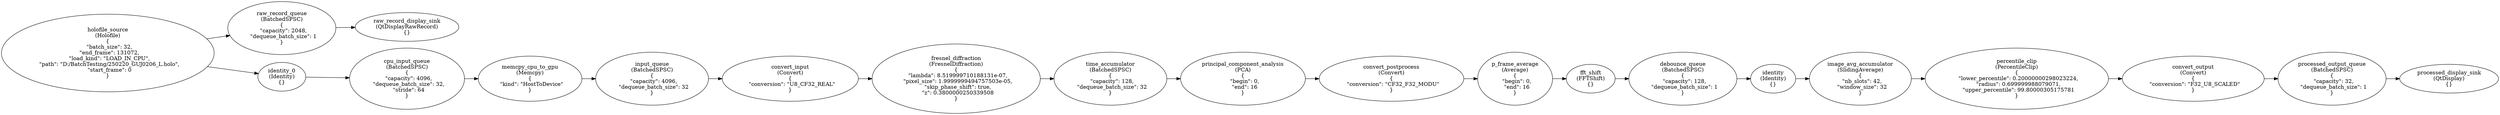
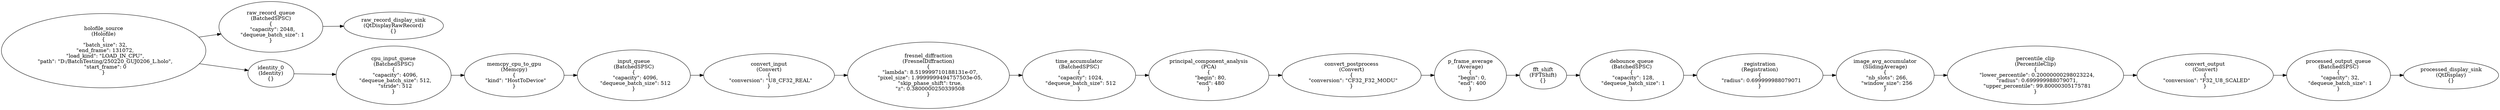
digraph G {
rankdir=LR;
0[label="holofile_source\n(Holofile)\n{
  \"batch_size\": 32,
  \"end_frame\": 131072,
  \"load_kind\": \"LOAD_IN_CPU\",
  \"path\": \"D:/BatchTesting/250220_GUJ0206_L.holo\",
  \"start_frame\": 0
}"];
1[label="raw_record_queue\n(BatchedSPSC)\n{
  \"capacity\": 2048,
  \"dequeue_batch_size\": 1
}"];
2[label="raw_record_display_sink\n(QtDisplayRawRecord)\n{}"];
3[label="identity_0\n(Identity)\n{}"];
4[label="cpu_input_queue\n(BatchedSPSC)\n{
  \"capacity\": 4096,
-   \"dequeue_batch_size\": 32,
-   \"stride\": 64
+   \"dequeue_batch_size\": 512,
+   \"stride\": 512
}"];
5[label="memcpy_cpu_to_gpu\n(Memcpy)\n{
  \"kind\": \"HostToDevice\"
}"];
6[label="input_queue\n(BatchedSPSC)\n{
  \"capacity\": 4096,
-   \"dequeue_batch_size\": 32
+   \"dequeue_batch_size\": 512
}"];
7[label="convert_input\n(Convert)\n{
  \"conversion\": \"U8_CF32_REAL\"
}"];
8[label="fresnel_diffraction\n(FresnelDiffraction)\n{
  \"lambda\": 8.519999710188131e-07,
  \"pixel_size\": 1.9999999494757503e-05,
  \"skip_phase_shift\": true,
  \"z\": 0.3800000250339508
}"];
9[label="time_accumulator\n(BatchedSPSC)\n{
-   \"capacity\": 128,
-   \"dequeue_batch_size\": 32
+   \"capacity\": 1024,
+   \"dequeue_batch_size\": 512
}"];
10[label="principal_component_analysis\n(PCA)\n{
-   \"begin\": 0,
-   \"end\": 16
+   \"begin\": 80,
+   \"end\": 480
}"];
11[label="convert_postprocess\n(Convert)\n{
  \"conversion\": \"CF32_F32_MODU\"
}"];
12[label="p_frame_average\n(Average)\n{
  \"begin\": 0,
-   \"end\": 16
+   \"end\": 400
}"];
13[label="fft_shift\n(FFTShift)\n{}"];
14[label="debounce_queue\n(BatchedSPSC)\n{
  \"capacity\": 128,
  \"dequeue_batch_size\": 1
}"];
- 15[label="identity\n(Identity)\n{}"];
+ 15[label="registration\n(Registration)\n{
+   \"radius\": 0.699999988079071
+ }"];
16[label="image_avg_accumulator\n(SlidingAverage)\n{
-   \"nb_slots\": 42,
-   \"window_size\": 32
+   \"nb_slots\": 266,
+   \"window_size\": 256
}"];
17[label="percentile_clip\n(PercentileClip)\n{
  \"lower_percentile\": 0.20000000298023224,
  \"radius\": 0.699999988079071,
  \"upper_percentile\": 99.80000305175781
}"];
18[label="convert_output\n(Convert)\n{
  \"conversion\": \"F32_U8_SCALED\"
}"];
19[label="processed_output_queue\n(BatchedSPSC)\n{
  \"capacity\": 32,
  \"dequeue_batch_size\": 1
}"];
20[label="processed_display_sink\n(QtDisplay)\n{}"];
0->1 ;
0->3 ;
1->2 ;
3->4 ;
4->5 ;
5->6 ;
6->7 ;
7->8 ;
8->9 ;
9->10 ;
10->11 ;
11->12 ;
12->13 ;
13->14 ;
14->15 ;
15->16 ;
16->17 ;
17->18 ;
18->19 ;
19->20 ;
}
